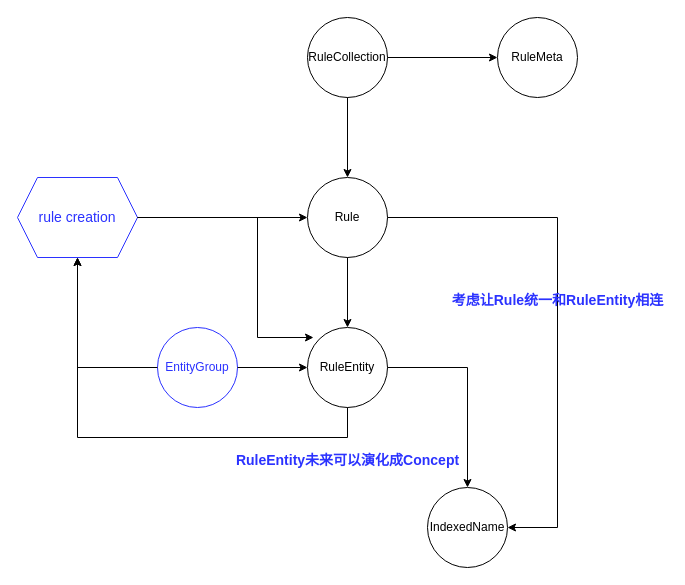
XiaoLiuAI/diagrams keeps this draw.io diagram as elverse-neo4j-topology.drawio. Above is the earlier version. Source tidied: cells renumbered, new cells numbered last; positions are measured from the earlier drawing's top-left corner, leaving out a move shared by most shapes. Both pictures are drawn from the tidied source at 100%, with x=0, y=0 at pixel (17, 17).
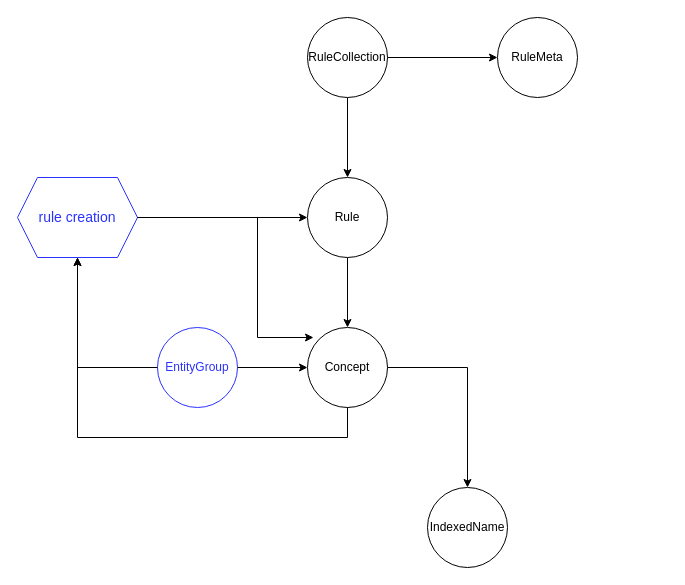
After the change.

The change refers to these unchanged cells:
```xml
<mxCell id="3" value="Rule" style="ellipse;whiteSpace=wrap;html=1;" parent="1" vertex="1">
  <mxGeometry x="290" y="160" width="80" height="80" as="geometry" />
</mxCell>
<mxCell id="8" value="IndexedName" style="ellipse;whiteSpace=wrap;html=1;" parent="1" vertex="1">
  <mxGeometry x="410" y="470" width="80" height="80" as="geometry" />
</mxCell>
```

Change to the diagram source:
```diff
@@
-    <mxCell id="2" value="RuleEntity" style="ellipse;whiteSpace=wrap;html=1;" parent="1" vertex="1">
+    <mxCell id="2" value="Concept" style="ellipse;whiteSpace=wrap;html=1;" parent="1" vertex="1">
       <mxGeometry x="290" y="310" width="80" height="80" as="geometry" />
     </mxCell>
@@
-    <mxCell id="10" style="edgeStyle=segmentEdgeStyle;endArrow=classic;html=1;rounded=0;entryX=1;entryY=0.5;entryDx=0;entryDy=0;" parent="1" edge="1" source="3" target="8">
-      <mxGeometry relative="1" as="geometry">
-        <Array as="points">
-          <mxPoint x="540" y="200" />
-          <mxPoint x="540" y="510" />
-        </Array>
-      </mxGeometry>
-    </mxCell>
@@
-    <mxCell id="14" value="&lt;font style=&quot;font-size: 14px&quot;&gt;考虑让Rule统一和RuleEntity相连&lt;/font&gt;" style="text;strokeColor=none;fillColor=none;html=1;fontSize=24;fontStyle=1;verticalAlign=middle;align=center;fontColor=#2B32FF;" parent="1" vertex="1">
-      <mxGeometry x="430" y="260" width="220" height="40" as="geometry" />
-    </mxCell>
-    <mxCell id="15" value="&lt;font style=&quot;font-size: 14px&quot;&gt;RuleEntity未来可以演化成Concept&lt;/font&gt;" style="text;strokeColor=none;fillColor=none;html=1;fontSize=24;fontStyle=1;verticalAlign=middle;align=center;fontColor=#2B32FF;" parent="1" vertex="1">
-      <mxGeometry x="220" y="420" width="220" height="40" as="geometry" />
-    </mxCell>
```
